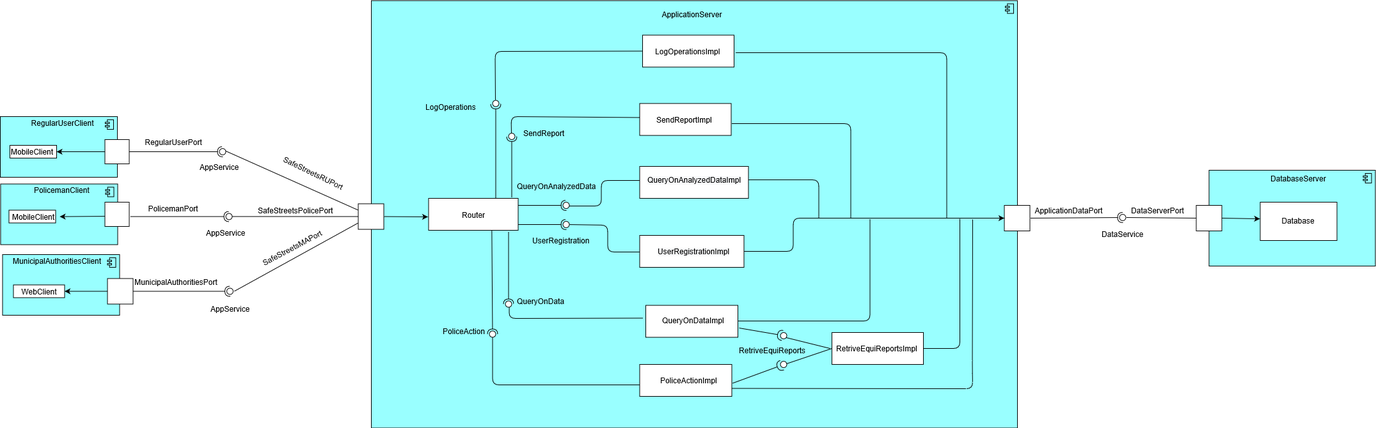
This is DD/Images/component_diagram_beta.png from fafrullo2/PanzeriPeruginiPipita, a draw.io export, as it was before one commit. Source tidied: cells renumbered, new cells last; positions are measured from the earlier drawing's top-left corner, leaving out a move shared by most shapes.
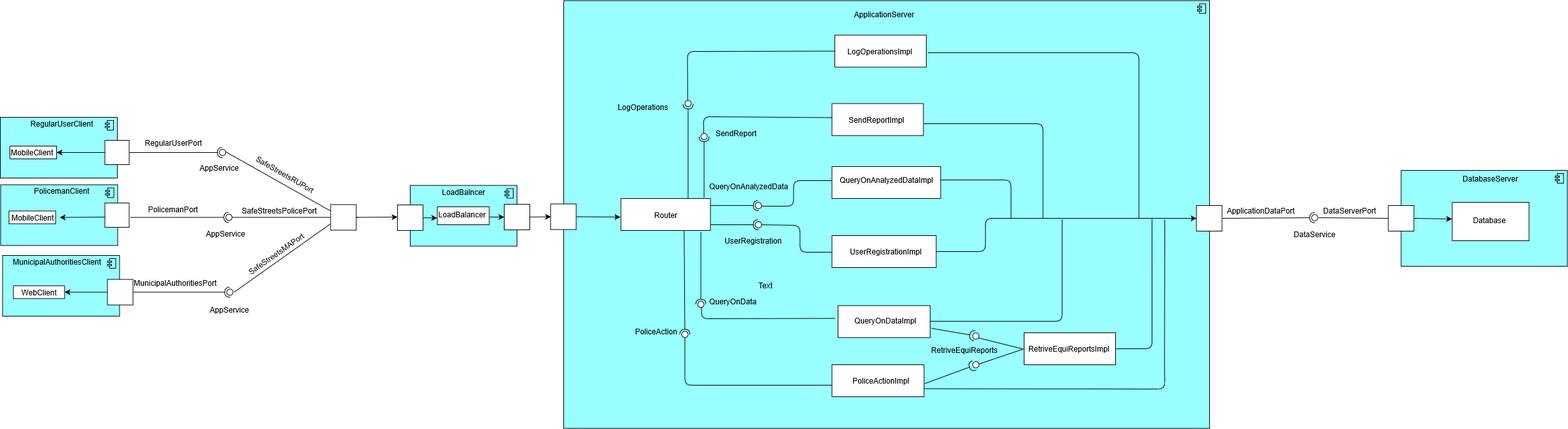
Later version of the same file.

The edit, as a diff of the source:
```diff
@@ -6,67 +6,67 @@
       <mxGeometry x="580" y="-0.5" width="1010" height="669" as="geometry" />
     </mxCell>
     <mxCell id="3" style="html=1;whiteSpace=wrap;fillColor=#99ffff;shape=mxgraph.archimate3.application;appType=comp;archiType=square;" parent="1" vertex="1">
-      <mxGeometry x="3.5" y="397" width="183" height="95" as="geometry" />
+      <mxGeometry x="-297.5" y="398" width="183" height="95" as="geometry" />
     </mxCell>
     <mxCell id="4" style="html=1;whiteSpace=wrap;fillColor=#99ffff;shape=mxgraph.archimate3.application;appType=comp;archiType=square;" parent="1" vertex="1">
-      <mxGeometry x="0.5" y="286.5" width="183" height="95" as="geometry" />
+      <mxGeometry x="-300.5" y="287.5" width="183" height="95" as="geometry" />
     </mxCell>
     <mxCell id="5" style="html=1;whiteSpace=wrap;fillColor=#99ffff;shape=mxgraph.archimate3.application;appType=comp;archiType=square;" parent="1" vertex="1">
-      <mxGeometry y="181" width="183" height="95" as="geometry" />
+      <mxGeometry x="-301" y="182" width="183" height="95" as="geometry" />
     </mxCell>
     <mxCell id="6" style="rounded=0;jettySize=auto;html=1;endArrow=halfCircle;endFill=0;entryX=0.5;entryY=0.5;entryDx=0;entryDy=0;endSize=6;strokeWidth=1;exitX=1;exitY=0.5;exitDx=0;exitDy=0;" parent="1" edge="1" source="12" target="9">
       <mxGeometry relative="1" as="geometry" />
     </mxCell>
     <mxCell id="7" style="rounded=0;jettySize=auto;html=1;endArrow=none;endFill=0;entryX=1;entryY=0.5;entryDx=0;entryDy=0;" parent="1" edge="1" source="15">
       <mxGeometry relative="1" as="geometry">
-        <mxPoint x="187" y="459.5" as="targetPoint" />
+        <mxPoint x="-114" y="460.5" as="targetPoint" />
       </mxGeometry>
     </mxCell>
     <mxCell id="8" style="rounded=0;jettySize=auto;html=1;endArrow=halfCircle;endFill=0;entryX=0.5;entryY=0.5;entryDx=0;entryDy=0;endSize=6;strokeWidth=1;exitX=1.037;exitY=0.593;exitDx=0;exitDy=0;exitPerimeter=0;" parent="1" edge="1" source="14" target="10">
       <mxGeometry relative="1" as="geometry" />
     </mxCell>
     <mxCell id="9" style="ellipse;whiteSpace=wrap;html=1;fontFamily=Helvetica;fontSize=12;fontColor=#000000;align=center;strokeColor=#000000;fillColor=#ffffff;points=[];" parent="1" vertex="1">
-      <mxGeometry x="342.5" y="231" width="10" height="10" as="geometry" />
+      <mxGeometry x="41.5" y="232" width="10" height="10" as="geometry" />
     </mxCell>
     <mxCell id="10" style="ellipse;whiteSpace=wrap;html=1;fontFamily=Helvetica;fontSize=12;fontColor=#000000;align=center;strokeColor=#000000;fillColor=#ffffff;points=[];" parent="1" vertex="1">
-      <mxGeometry x="352.5" y="332.5" width="10" height="10" as="geometry" />
+      <mxGeometry x="51.5" y="333.5" width="10" height="10" as="geometry" />
     </mxCell>
     <mxCell id="11" style="rounded=0;jettySize=auto;html=1;endArrow=none;endFill=0;exitX=1;exitY=0.5;exitDx=0;exitDy=0;" parent="1" edge="1" target="12">
       <mxGeometry relative="1" as="geometry">
-        <mxPoint x="183" y="236" as="sourcePoint" />
+        <mxPoint x="-118" y="237" as="sourcePoint" />
       </mxGeometry>
     </mxCell>
     <mxCell id="12" style="whiteSpace=wrap;html=1;" parent="1" vertex="1">
-      <mxGeometry x="163.5" y="217" width="38" height="38" as="geometry" />
+      <mxGeometry x="-137.5" y="218" width="38" height="38" as="geometry" />
     </mxCell>
     <mxCell id="13" style="rounded=0;jettySize=auto;html=1;endArrow=none;endFill=0;exitX=1;exitY=0.5;exitDx=0;exitDy=0;" parent="1" edge="1" target="14">
       <mxGeometry relative="1" as="geometry">
-        <mxPoint x="183" y="336" as="sourcePoint" />
+        <mxPoint x="-118" y="337" as="sourcePoint" />
       </mxGeometry>
     </mxCell>
     <mxCell id="14" style="whiteSpace=wrap;html=1;" parent="1" vertex="1">
-      <mxGeometry x="163.5" y="315" width="38" height="38" as="geometry" />
+      <mxGeometry x="-137.5" y="316" width="38" height="38" as="geometry" />
     </mxCell>
     <mxCell id="15" style="whiteSpace=wrap;html=1;" parent="1" vertex="1">
-      <mxGeometry x="167.5" y="434.5" width="40" height="40" as="geometry" />
+      <mxGeometry x="-133.5" y="435.5" width="40" height="40" as="geometry" />
     </mxCell>
     <mxCell id="16" style="rounded=0;whiteSpace=wrap;html=1;" parent="1" vertex="1">
-      <mxGeometry x="13.5" y="327.5" width="73" height="20" as="geometry" />
+      <mxGeometry x="-287.5" y="328.5" width="73" height="20" as="geometry" />
     </mxCell>
     <mxCell id="17" value="MobileClient" style="text;html=1;align=center;verticalAlign=middle;points=[];" parent="1" vertex="1">
-      <mxGeometry x="11.5" y="327.5" width="80" height="20" as="geometry" />
+      <mxGeometry x="-289.5" y="328.5" width="80" height="20" as="geometry" />
     </mxCell>
     <mxCell id="18" style="rounded=0;whiteSpace=wrap;html=1;" parent="1" vertex="1">
-      <mxGeometry x="15" y="226" width="73" height="20" as="geometry" />
+      <mxGeometry x="-286" y="227" width="73" height="20" as="geometry" />
     </mxCell>
     <mxCell id="19" value="MobileClient" style="text;html=1;align=center;verticalAlign=middle;" parent="1" vertex="1">
-      <mxGeometry x="10" y="226" width="80" height="20" as="geometry" />
+      <mxGeometry x="-291" y="227" width="80" height="20" as="geometry" />
     </mxCell>
     <mxCell id="20" style="rounded=0;whiteSpace=wrap;html=1;" parent="1" vertex="1">
-      <mxGeometry x="20.5" y="444.5" width="80" height="20" as="geometry" />
+      <mxGeometry x="-280.5" y="445.5" width="80" height="20" as="geometry" />
     </mxCell>
     <mxCell id="21" value="WebClient" style="text;html=1;strokeColor=none;fillColor=none;align=center;verticalAlign=middle;whiteSpace=wrap;rounded=0;" parent="1" vertex="1">
-      <mxGeometry x="40.5" y="444.5" width="40" height="20" as="geometry" />
+      <mxGeometry x="-260.5" y="445.5" width="40" height="20" as="geometry" />
     </mxCell>
     <mxCell id="22" style="endArrow=classic;html=1;exitX=0;exitY=0.5;exitDx=0;exitDy=0;entryX=1;entryY=0.5;entryDx=0;entryDy=0;" parent="1" edge="1" source="15" target="20">
       <mxGeometry relative="1" as="geometry" />
@@ -81,37 +81,39 @@
       <mxGeometry relative="1" as="geometry" />
     </mxCell>
     <mxCell id="26" style="ellipse;whiteSpace=wrap;html=1;fontFamily=Helvetica;fontSize=12;fontColor=#000000;align=center;strokeColor=#000000;fillColor=#ffffff;points=[];" parent="1" vertex="1">
-      <mxGeometry x="354" y="449.5" width="10" height="10" as="geometry" />
+      <mxGeometry x="53" y="450.5" width="10" height="10" as="geometry" />
     </mxCell>
     <mxCell id="27" value="RegularUserClient" style="text;html=1;strokeColor=none;fillColor=none;align=center;verticalAlign=middle;whiteSpace=wrap;rounded=0;" parent="1" vertex="1">
-      <mxGeometry x="76.5" y="181" width="40" height="20" as="geometry" />
+      <mxGeometry x="-224.5" y="182" width="40" height="20" as="geometry" />
     </mxCell>
     <mxCell id="28" value="PolicemanClient" style="text;html=1;align=center;verticalAlign=middle;" parent="1" vertex="1">
-      <mxGeometry x="46.5" y="286" width="100" height="20" as="geometry" />
+      <mxGeometry x="-254.5" y="287" width="100" height="20" as="geometry" />
     </mxCell>
     <mxCell id="29" value="MunicipalAuthoritiesClient" style="text;html=1;align=center;verticalAlign=middle;" parent="1" vertex="1">
-      <mxGeometry x="14" y="397" width="150" height="20" as="geometry" />
+      <mxGeometry x="-287" y="398" width="150" height="20" as="geometry" />
     </mxCell>
     <mxCell id="30" value="RegularUserPort" style="text;html=1;strokeColor=none;fillColor=none;align=center;verticalAlign=middle;whiteSpace=wrap;rounded=0;" parent="1" vertex="1">
-      <mxGeometry x="250" y="211" width="40" height="20" as="geometry" />
+      <mxGeometry x="-51" y="212" width="40" height="20" as="geometry" />
     </mxCell>
     <mxCell id="31" value="PolicemanPort" style="text;html=1;strokeColor=none;fillColor=none;align=center;verticalAlign=middle;whiteSpace=wrap;rounded=0;" parent="1" vertex="1">
-      <mxGeometry x="250" y="315" width="40" height="20" as="geometry" />
+      <mxGeometry x="-51" y="316" width="40" height="20" as="geometry" />
     </mxCell>
     <mxCell id="32" value="MunicipalAuthoritiesPort" style="text;html=1;strokeColor=none;fillColor=none;align=center;verticalAlign=middle;whiteSpace=wrap;rounded=0;" parent="1" vertex="1">
-      <mxGeometry x="254" y="429.5" width="40" height="20" as="geometry" />
+      <mxGeometry x="-47" y="430.5" width="40" height="20" as="geometry" />
     </mxCell>
     <mxCell id="33" style="whiteSpace=wrap;html=1;" parent="1" vertex="1">
       <mxGeometry x="559.5" y="317.5" width="40" height="40" as="geometry" />
     </mxCell>
-    <mxCell id="34" style="endArrow=none;html=1;exitX=1.151;exitY=0.509;exitDx=0;exitDy=0;exitPerimeter=0;entryX=0;entryY=0.75;entryDx=0;entryDy=0;" parent="1" edge="1" source="26" target="33">
+    <mxCell id="34" style="endArrow=none;html=1;exitX=1.151;exitY=0.509;exitDx=0;exitDy=0;exitPerimeter=0;entryX=0;entryY=0.75;entryDx=0;entryDy=0;" parent="1" edge="1" source="26" target="112">
       <mxGeometry relative="1" as="geometry" />
     </mxCell>
-    <mxCell id="35" style="endArrow=none;html=1;exitX=1.006;exitY=0.399;exitDx=0;exitDy=0;exitPerimeter=0;entryX=0;entryY=0.25;entryDx=0;entryDy=0;" parent="1" edge="1" source="9" target="33">
+    <mxCell id="35" style="endArrow=none;html=1;exitX=1.006;exitY=0.399;exitDx=0;exitDy=0;exitPerimeter=0;entryX=0;entryY=0.25;entryDx=0;entryDy=0;" parent="1" edge="1" source="9" target="112">
       <mxGeometry relative="1" as="geometry" />
     </mxCell>
-    <mxCell id="36" style="endArrow=none;html=1;exitX=0.962;exitY=0.497;exitDx=0;exitDy=0;exitPerimeter=0;entryX=0;entryY=0.5;entryDx=0;entryDy=0;" parent="1" edge="1" source="10" target="33">
-      <mxGeometry relative="1" as="geometry" />
+    <mxCell id="36" style="endArrow=none;html=1;exitX=0.962;exitY=0.497;exitDx=0;exitDy=0;exitPerimeter=0;entryX=0;entryY=0.5;entryDx=0;entryDy=0;" parent="1" edge="1" source="10">
+      <mxGeometry relative="1" as="geometry">
+        <mxPoint x="258.5" y="338.5" as="targetPoint" />
+      </mxGeometry>
     </mxCell>
     <mxCell id="37" value="&lt;span style=&quot;display: inline ; float: none ; background-color: rgb(248 , 249 , 250) ; color: transparent ; font-family: monospace ; font-size: 0px ; font-style: normal ; font-variant: normal ; font-weight: 400 ; letter-spacing: normal ; text-align: left ; text-decoration: none ; text-indent: 0px ; text-transform: none ; white-space: nowrap ; word-break: break-all ; word-spacing: 0px&quot;&gt;%3CmxGraphModel%3E%3Croot%3E%3CmxCell%20id%3D%220%22%2F%3E%3CmxCell%20id%3D%221%22%20parent%3D%220%22%2F%3E%3CmxCell%20id%3D%222%22%20value%3D%22MunicipalAuthorityClient%22%20parent%3D%221%22%20vertex%3D%221%22%20style%3D%22html%3D1%3B%22%3E%3CmxGeometry%20width%3D%22140%22%20height%3D%2250%22%20as%3D%22geometry%22%20y%3D%22360%22%20x%3D%22160%22%2F%3E%3C%2FmxCell%3E%3C%2Froot%3E%3C%2FmxGraphModel%3E&lt;/span&gt;" style="html=1;" parent="1" vertex="1">
       <mxGeometry x="669.5" y="309" width="140" height="50" as="geometry" />
@@ -352,14 +354,14 @@
         </Array>
       </mxGeometry>
     </mxCell>
-    <mxCell id="89" value="SafeStreetsRUPort" style="text;html=1;align=center;verticalAlign=middle;rotation=26;" parent="1" vertex="1">
-      <mxGeometry x="429.5" y="259" width="120" height="20" as="geometry" />
+    <mxCell id="89" value="SafeStreetsRUPort" style="text;html=1;align=center;verticalAlign=middle;rotation=30;" parent="1" vertex="1">
+      <mxGeometry x="85" y="261" width="120" height="20" as="geometry" />
     </mxCell>
     <mxCell id="90" value="SafeStreetsPolicePort" style="text;html=1;align=center;verticalAlign=middle;" parent="1" vertex="1">
-      <mxGeometry x="396" y="317.5" width="130" height="20" as="geometry" />
+      <mxGeometry x="70" y="317.5" width="130" height="20" as="geometry" />
     </mxCell>
-    <mxCell id="91" value="SafeStreetsMAPort" style="text;html=1;align=center;verticalAlign=middle;rotation=-28;" parent="1" vertex="1">
-      <mxGeometry x="396" y="376" width="120" height="20" as="geometry" />
+    <mxCell id="91" value="SafeStreetsMAPort" style="text;html=1;align=center;verticalAlign=middle;rotation=-35;" parent="1" vertex="1">
+      <mxGeometry x="70" y="385" width="120" height="20" as="geometry" />
     </mxCell>
     <mxCell id="92" style="endArrow=none;html=1;exitX=1;exitY=0.5;exitDx=0;exitDy=0;" parent="1" edge="1" source="43">
       <mxGeometry relative="1" as="geometry">
@@ -392,16 +394,16 @@
       <mxGeometry x="1147" y="536.5" width="120" height="20" as="geometry" />
     </mxCell>
     <mxCell id="100" value="AppService" style="text;html=1;align=center;verticalAlign=middle;" parent="1" vertex="1">
-      <mxGeometry x="319" y="472" width="80" height="20" as="geometry" />
+      <mxGeometry x="18" y="473" width="80" height="20" as="geometry" />
     </mxCell>
     <mxCell id="101" value="DataService" style="text;html=1;align=center;verticalAlign=middle;" parent="1" vertex="1">
       <mxGeometry x="1714.5" y="355" width="80" height="20" as="geometry" />
     </mxCell>
     <mxCell id="102" value="AppService" style="text;html=1;align=center;verticalAlign=middle;" parent="1" vertex="1">
-      <mxGeometry x="312.5" y="353" width="80" height="20" as="geometry" />
+      <mxGeometry x="11.5" y="354" width="80" height="20" as="geometry" />
     </mxCell>
     <mxCell id="103" value="AppService" style="text;html=1;align=center;verticalAlign=middle;" parent="1" vertex="1">
-      <mxGeometry x="302.5" y="250" width="80" height="20" as="geometry" />
+      <mxGeometry x="1.5" y="251" width="80" height="20" as="geometry" />
     </mxCell>
     <mxCell id="104" value="&lt;span style=&quot;display: inline ; float: none ; background-color: rgb(248 , 249 , 250) ; color: transparent ; font-family: monospace ; font-size: 0px ; font-style: normal ; font-variant: normal ; font-weight: 400 ; letter-spacing: normal ; text-align: left ; text-decoration: none ; text-indent: 0px ; text-transform: none ; white-space: nowrap ; word-break: break-all ; word-spacing: 0px&quot;&gt;%3CmxGraphModel%3E%3Croot%3E%3CmxCell%20id%3D%220%22%2F%3E%3CmxCell%20id%3D%221%22%20parent%3D%220%22%2F%3E%3CmxCell%20id%3D%222%22%20value%3D%22MunicipalAuthorityClient%22%20parent%3D%221%22%20vertex%3D%221%22%20style%3D%22html%3D1%3B%22%3E%3CmxGeometry%20width%3D%22140%22%20height%3D%2250%22%20as%3D%22geometry%22%20y%3D%22360%22%20x%3D%22160%22%2F%3E%3C%2FmxCell%3E%3C%2Froot%3E%3C%2FmxGraphModel%3E&lt;/span&gt;" style="html=1;" parent="1" vertex="1">
       <mxGeometry x="999.5" y="160.5" width="143" height="50" as="geometry" />
@@ -415,6 +417,9 @@
     <mxCell id="107" value="QueryOnDataImpl" style="text;html=1;align=center;verticalAlign=middle;" parent="1" vertex="1">
       <mxGeometry x="1028" y="490" width="110" height="20" as="geometry" />
     </mxCell>
+    <mxCell id="111" value="Text" style="text;html=1;align=center;verticalAlign=middle;" parent="1" vertex="1">
+      <mxGeometry x="876" y="434.5" width="40" height="20" as="geometry" />
+    </mxCell>
     <mxCell id="108" style="rounded=0;jettySize=auto;html=1;endArrow=none;endFill=0;entryX=0.866;entryY=0.792;entryDx=0;entryDy=0;entryPerimeter=0;" parent="1" edge="1" target="110">
       <mxGeometry relative="1" as="geometry">
         <mxPoint x="1297" y="544" as="sourcePoint" />
@@ -428,5 +433,41 @@
     <mxCell id="110" style="ellipse;whiteSpace=wrap;html=1;fontFamily=Helvetica;fontSize=12;fontColor=#000000;align=center;strokeColor=#000000;fillColor=#ffffff;points=[];" parent="1" vertex="1">
       <mxGeometry x="1219.5" y="519" width="10" height="10" as="geometry" />
     </mxCell>
+    <mxCell id="112" style="whiteSpace=wrap;html=1;" parent="1" vertex="1">
+      <mxGeometry x="215.5" y="318.5" width="40" height="40" as="geometry" />
+    </mxCell>
+    <mxCell id="113" style="endArrow=classic;html=1;exitX=1;exitY=0.5;exitDx=0;exitDy=0;" parent="1" edge="1" source="112">
+      <mxGeometry relative="1" as="geometry">
+        <mxPoint x="320" y="338" as="targetPoint" />
+      </mxGeometry>
+    </mxCell>
+    <mxCell id="114" style="endArrow=classic;html=1;exitX=0.936;exitY=0.5;exitDx=0;exitDy=0;exitPerimeter=0;" parent="1" edge="1" source="118">
+      <mxGeometry relative="1" as="geometry">
+        <mxPoint x="560" y="337.5" as="targetPoint" />
+      </mxGeometry>
+    </mxCell>
+    <mxCell id="115" style="html=1;whiteSpace=wrap;fillColor=#99ffff;shape=mxgraph.archimate3.application;appType=comp;archiType=square;" parent="1" vertex="1">
+      <mxGeometry x="340" y="288.5" width="167" height="95" as="geometry" />
+    </mxCell>
+    <mxCell id="116" value="LoadBalancer" style="rounded=0;whiteSpace=wrap;html=1;" parent="1" vertex="1">
+      <mxGeometry x="382.5" y="322" width="81" height="28" as="geometry" />
+    </mxCell>
+    <mxCell id="117" value="LoadBalncer" style="text;html=1;align=center;verticalAlign=middle;" parent="1" vertex="1">
+      <mxGeometry x="383.5" y="288.5" width="80" height="20" as="geometry" />
+    </mxCell>
+    <mxCell id="118" style="whiteSpace=wrap;html=1;" parent="1" vertex="1">
+      <mxGeometry x="487" y="318" width="40" height="40" as="geometry" />
+    </mxCell>
+    <mxCell id="119" style="whiteSpace=wrap;html=1;" parent="1" vertex="1">
+      <mxGeometry x="320" y="319" width="40" height="40" as="geometry" />
+    </mxCell>
+    <mxCell id="120" style="endArrow=classic;html=1;exitX=1;exitY=0.5;exitDx=0;exitDy=0;entryX=-0.006;entryY=0.627;entryDx=0;entryDy=0;entryPerimeter=0;" parent="1" edge="1" source="119" target="116">
+      <mxGeometry relative="1" as="geometry" />
+    </mxCell>
+    <mxCell id="121" style="endArrow=classic;html=1;entryX=0;entryY=0.5;entryDx=0;entryDy=0;" parent="1" edge="1" target="118">
+      <mxGeometry relative="1" as="geometry">
+        <mxPoint x="464" y="338" as="sourcePoint" />
+      </mxGeometry>
+    </mxCell>
   </root>
 </mxGraphModel>
```
